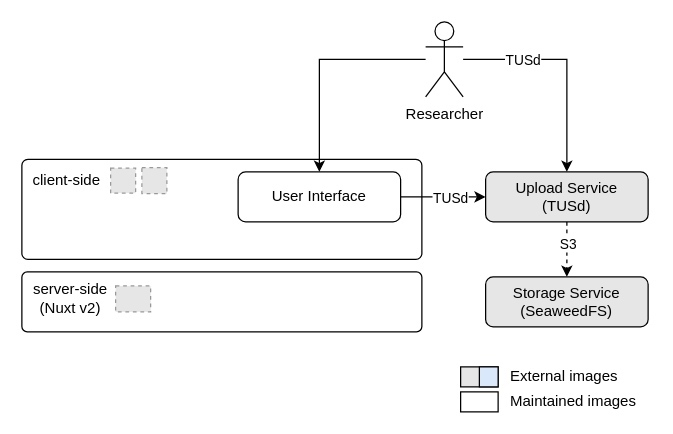
Before: page "upload-service" (3 of 8) of .docs/images/architecture.drawio in DBRepo-Project/dbrepo, a draw.io diagram. Source tidied: cells renumbered, new cells numbered last; positions are measured from the earlier drawing's top-left corner, leaving out a move shared by most shapes. Both pictures are drawn from the tidied source at 125%, with x=0, y=0 at pixel (21, 21). Pictures stored in the file or linked from it are replaced by grey dashed boxes.
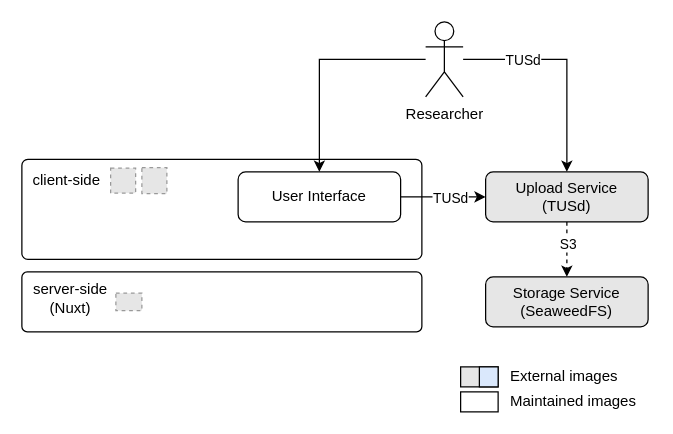
After the change.

What changed in the source:
```diff
@@
-    <mxCell id="17" value="server-side&lt;br&gt;(Nuxt v2)" style="text;html=1;strokeColor=none;fillColor=none;align=center;verticalAlign=middle;whiteSpace=wrap;rounded=0;" parent="1" vertex="1">
+    <mxCell id="17" value="server-side&lt;br&gt;(Nuxt)" style="text;html=1;strokeColor=none;fillColor=none;align=center;verticalAlign=middle;whiteSpace=wrap;rounded=0;" parent="1" vertex="1">
       <mxGeometry x="7" y="211" width="64" height="20" as="geometry" />
     </mxCell>
@@
-    <mxCell id="20" style="fillColor=#E6E6E6;strokeColor=#999999;dashed=1;verticalLabelPosition=bottom;labelBackgroundColor=default;verticalAlign=top;" parent="1" vertex="1">
-      <mxGeometry x="75" y="211.2" width="28" height="20.8" as="geometry" />
-    </mxCell>
@@
+    <mxCell id="25" style="fillColor=#E6E6E6;strokeColor=#999999;dashed=1;verticalLabelPosition=bottom;labelBackgroundColor=default;verticalAlign=top;" parent="1" vertex="1">
+      <mxGeometry x="75.2" y="217" width="20.8" height="14" as="geometry" />
+    </mxCell>
```
